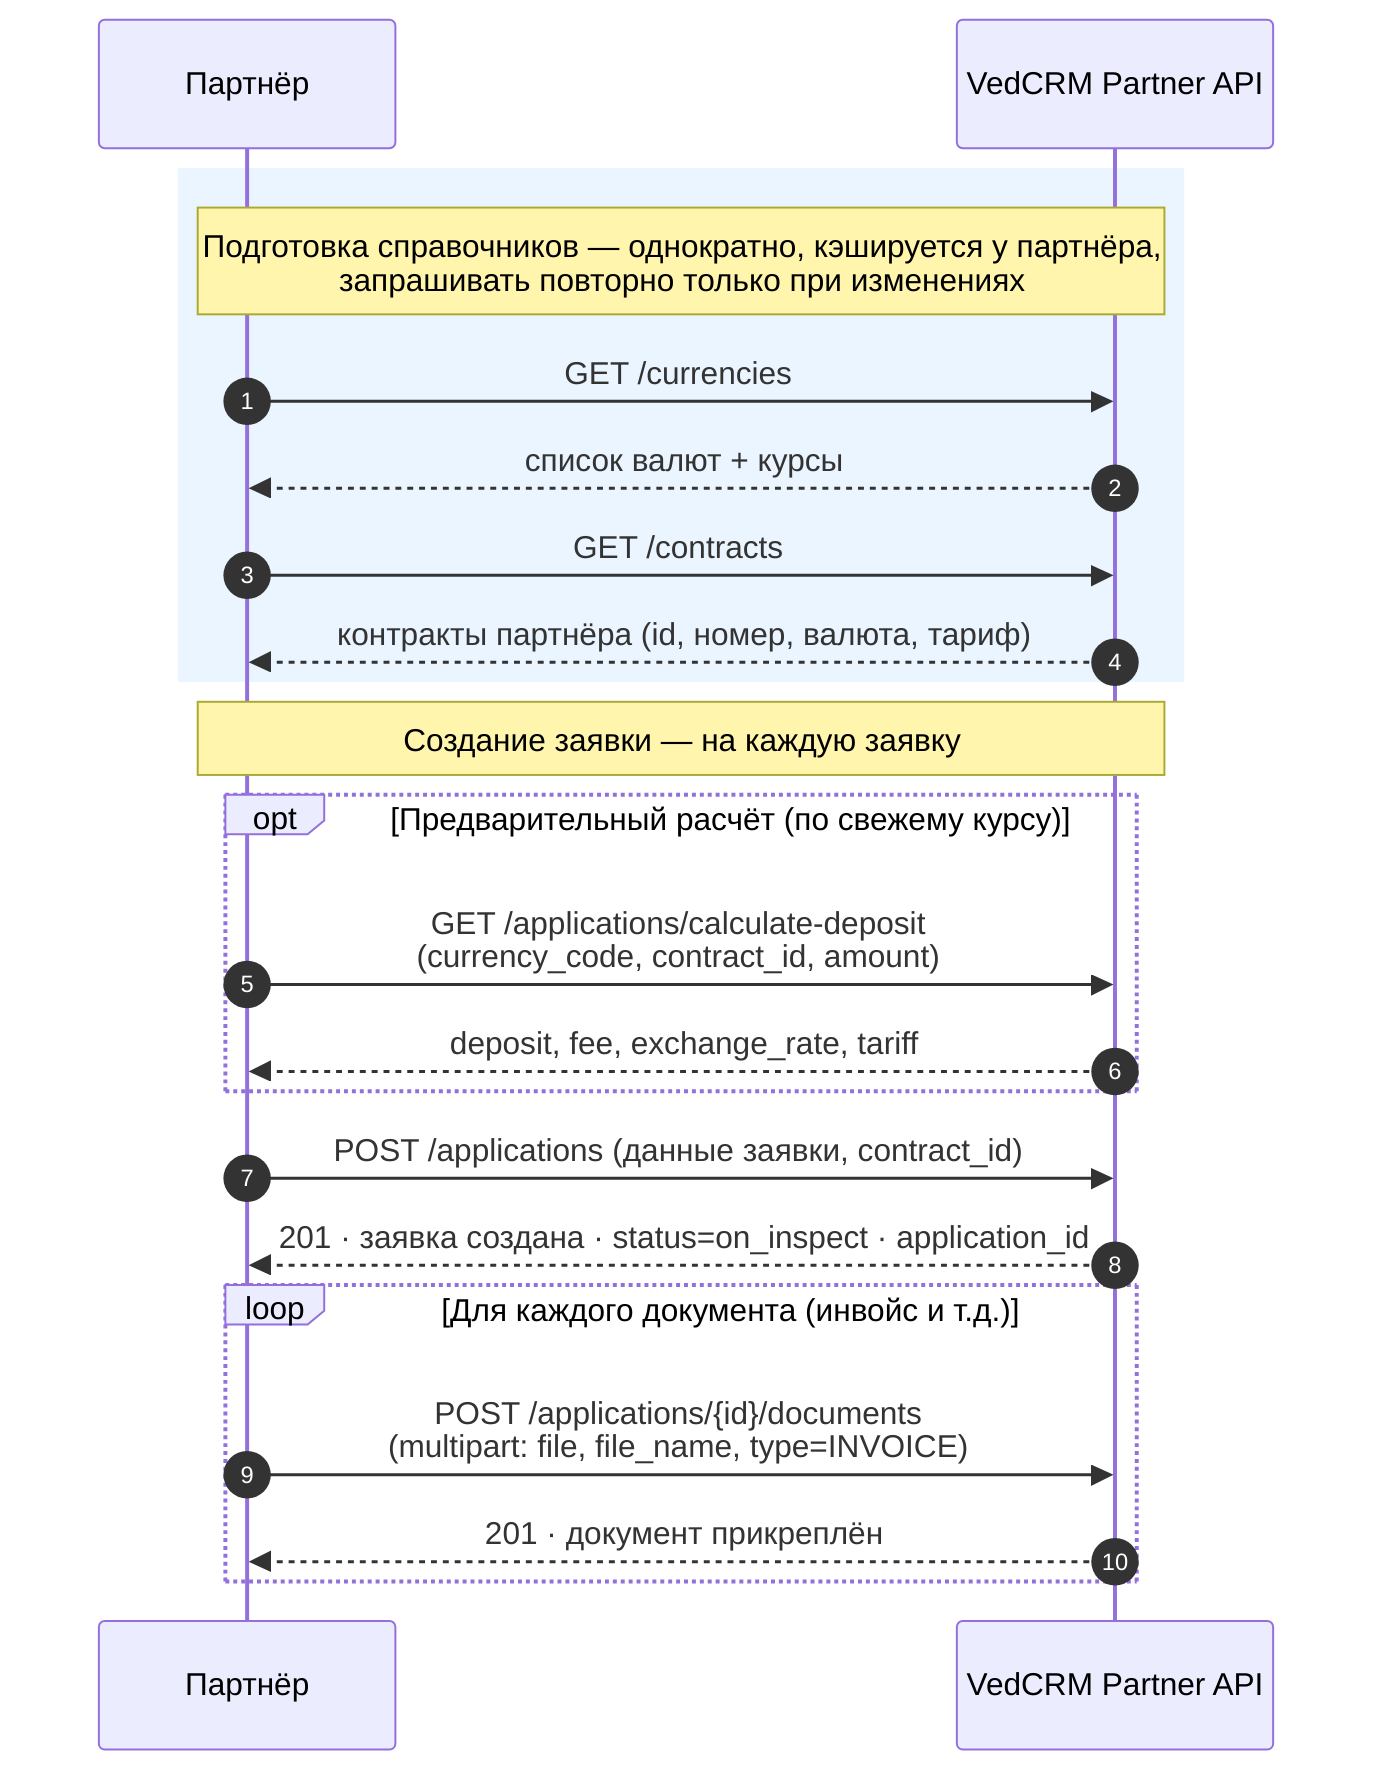
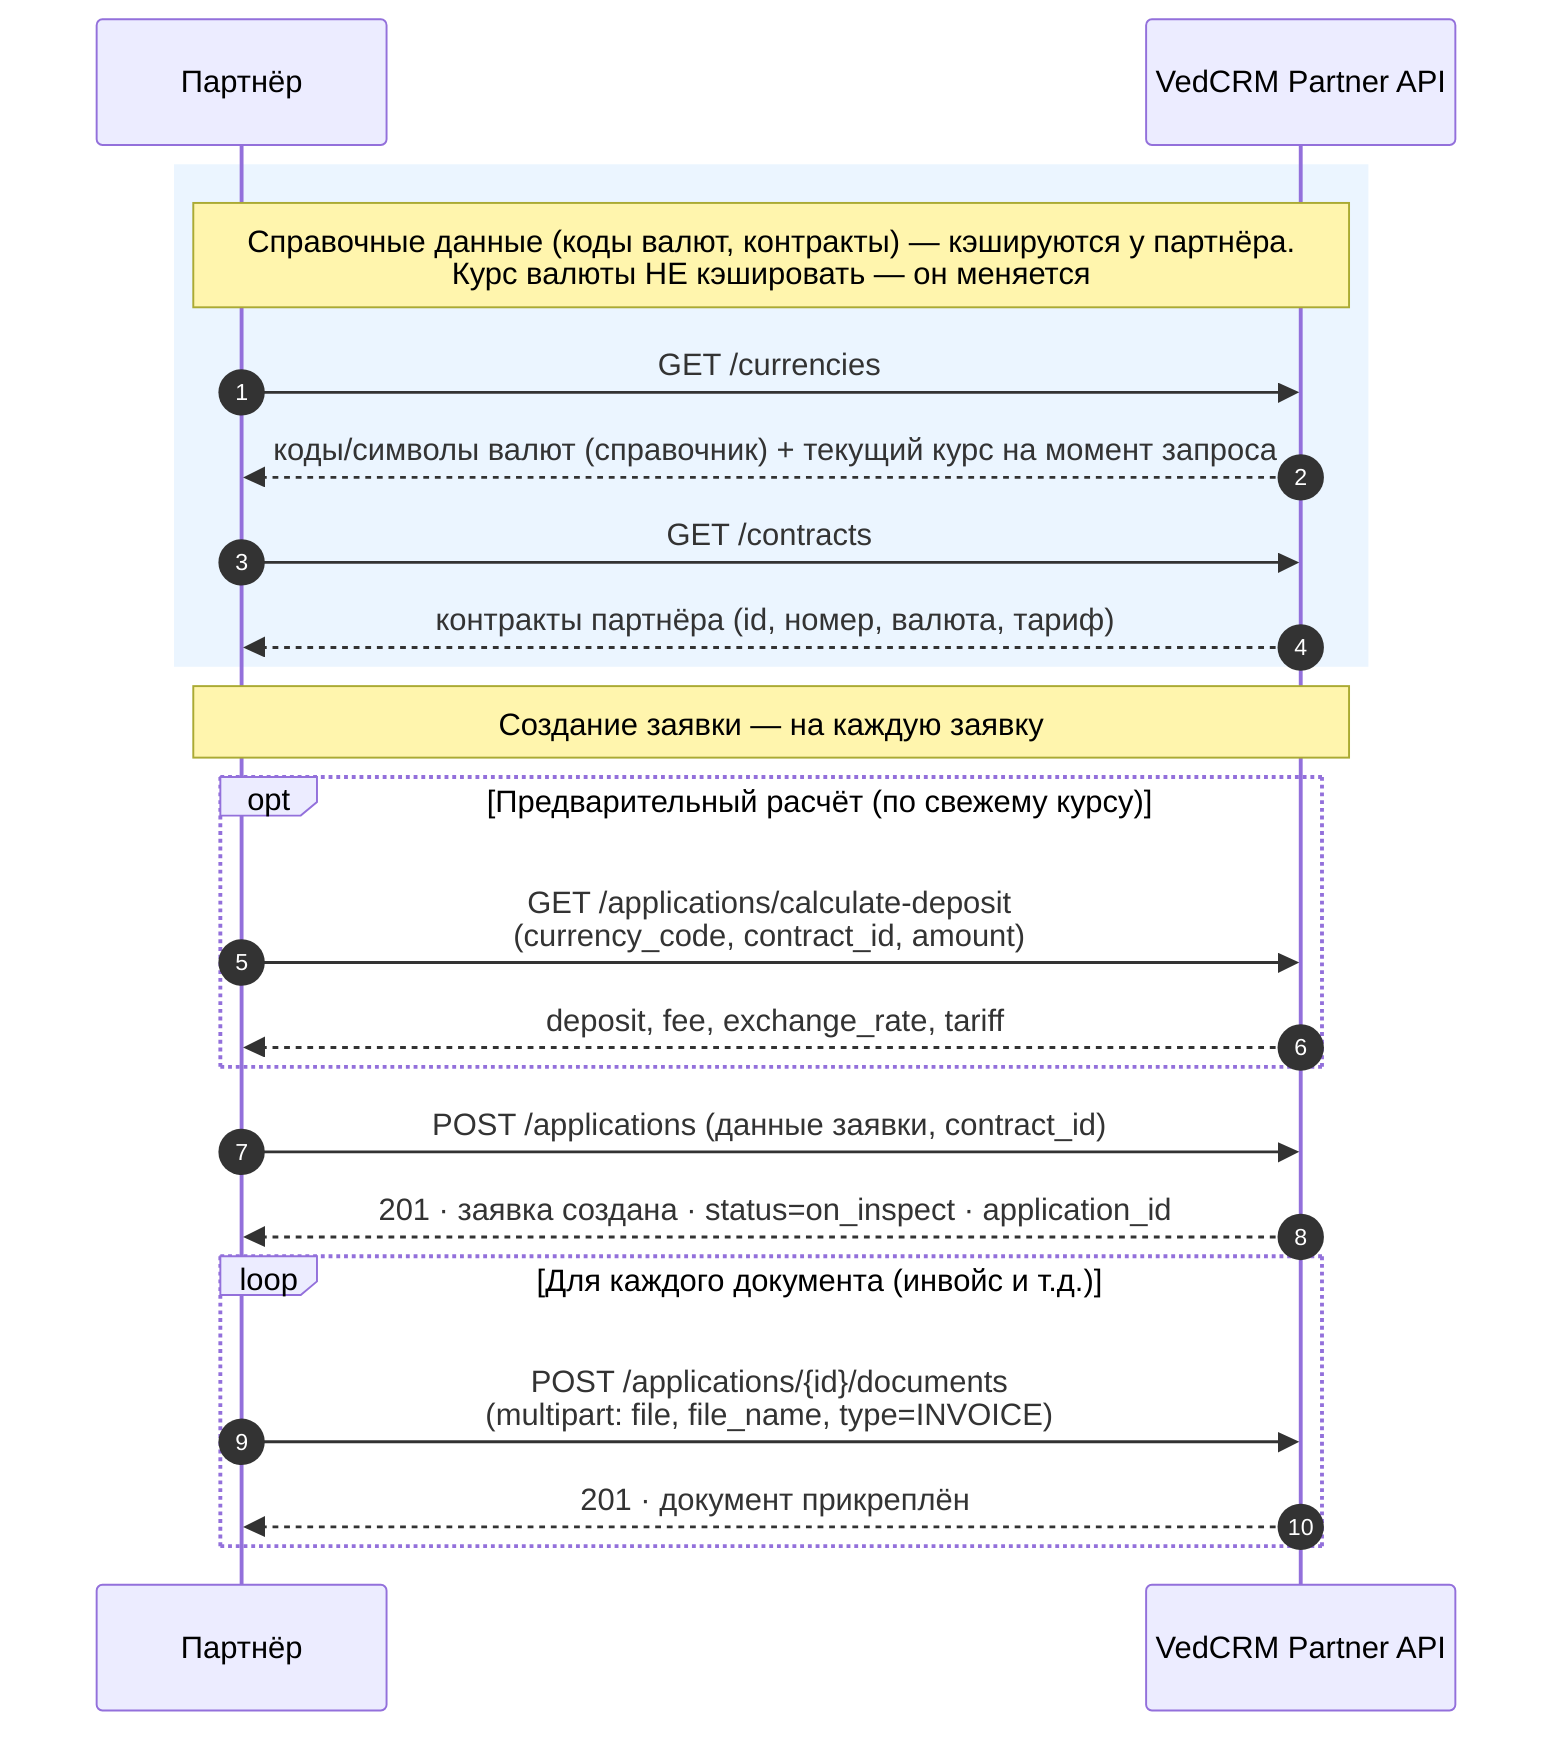
sequenceDiagram
    autonumber
    participant P as Партнёр
    participant API as VedCRM Partner API
    rect rgb(235, 245, 255)
-     Note over P,API: Подготовка справочников — однократно, кэшируется у партнёра,<br/>запрашивать повторно только при изменениях
+     Note over P,API: Справочные данные (коды валют, контракты) — кэшируются у партнёра.<br/>Курс валюты НЕ кэшировать — он меняется
    P->>API: GET /currencies
-     API-->>P: список валют + курсы
+     API-->>P: коды/символы валют (справочник) + текущий курс на момент запроса
    P->>API: GET /contracts
    API-->>P: контракты партнёра (id, номер, валюта, тариф)
    end
    Note over P,API: Создание заявки — на каждую заявку
    opt Предварительный расчёт (по свежему курсу)
        P->>API: GET /applications/calculate-deposit<br/>(currency_code, contract_id, amount)
        API-->>P: deposit, fee, exchange_rate, tariff
    end
    P->>API: POST /applications (данные заявки, contract_id)
    API-->>P: 201 · заявка создана · status=on_inspect · application_id
    loop Для каждого документа (инвойс и т.д.)
        P->>API: POST /applications/{id}/documents<br/>(multipart: file, file_name, type=INVOICE)
        API-->>P: 201 · документ прикреплён
    end
